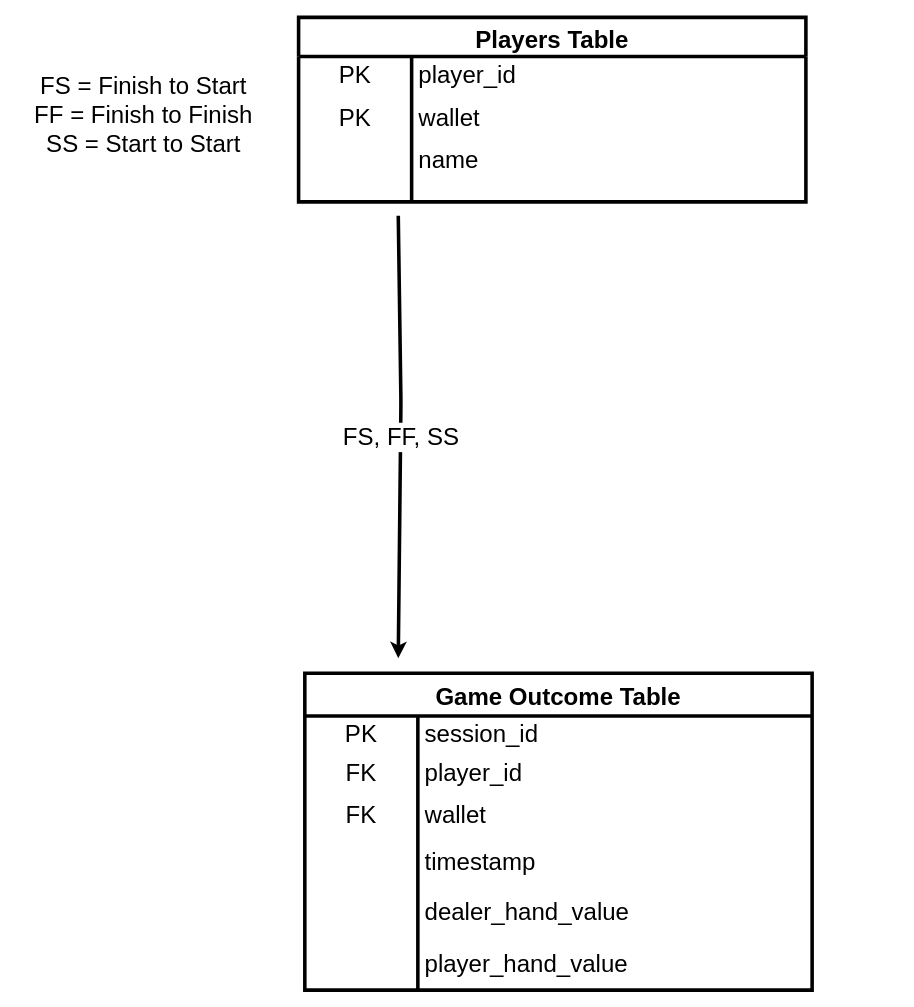
Before: planning/diagram.drawio in scmh001/p3-cli-project, a draw.io diagram. Source tidied: cells renumbered, new cells numbered last; positions are measured from the earlier drawing's top-left corner, leaving out a move shared by most shapes. Both pictures are drawn from the tidied source at 89%, with x=0, y=0 at pixel (15, 17).
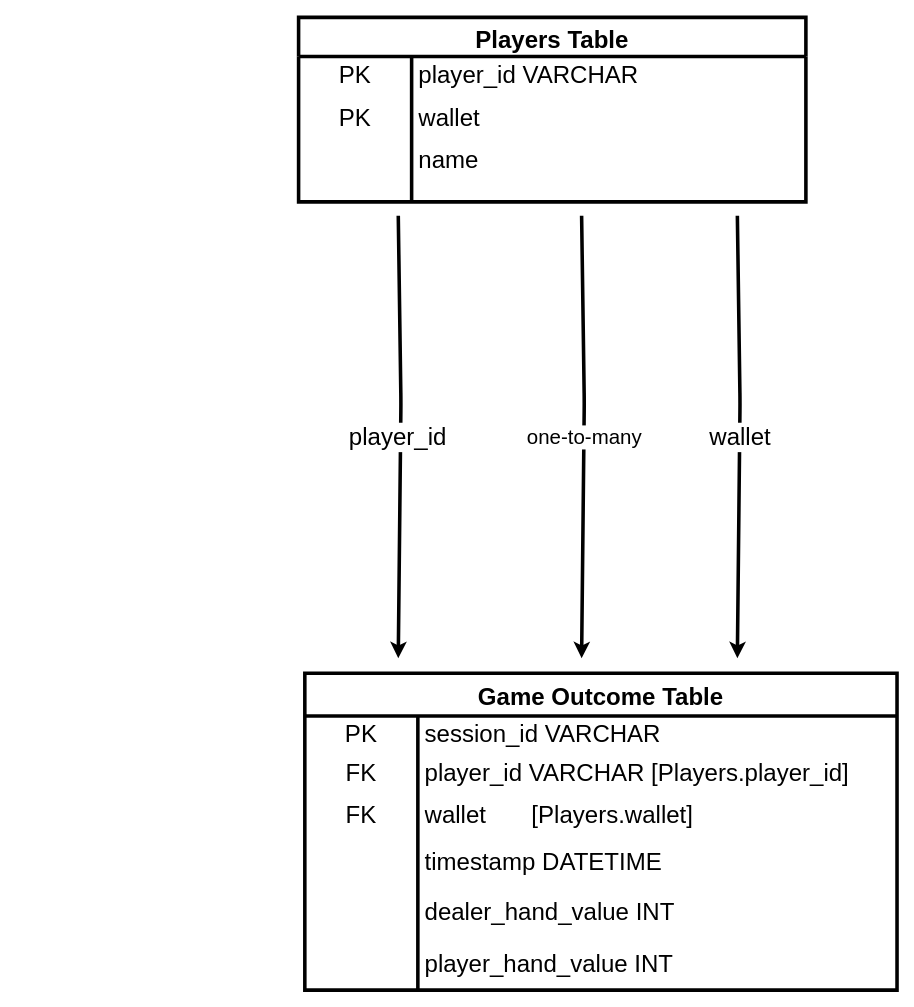
The same page after the edit.

The change refers to these unchanged cells:
```xml
<mxCell id="3" style="shape=tableRow;horizontal=0;startSize=0;swimlaneHead=0;swimlaneBody=0;top=0;left=0;bottom=0;right=0;fillColor=none;strokeWidth=4;fontSize=27;" parent="2" vertex="1">
  <mxGeometry y="44" width="570" height="41" as="geometry" />
</mxCell>
<mxCell id="6" style="shape=tableRow;horizontal=0;startSize=0;swimlaneHead=0;swimlaneBody=0;top=0;left=0;bottom=0;right=0;fillColor=none;strokeWidth=4;fontSize=27;" parent="2" vertex="1">
  <mxGeometry y="85" width="570" height="57" as="geometry" />
</mxCell>
<mxCell id="35" style="endArrow=classic;html=1;strokeWidth=4;fontSize=27;" parent="1" edge="1">
  <mxGeometry relative="1" as="geometry">
    <mxPoint x="430" y="223" as="sourcePoint" />
    <mxPoint x="430" y="720" as="targetPoint" />
    <Array as="points">
      <mxPoint x="433" y="432" />
    </Array>
  </mxGeometry>
</mxCell>
```

Change to the diagram source:
```diff
@@
-    <mxCell id="5" value="player_id" style="shape=partialRectangle;html=1;whiteSpace=wrap;fillColor=none;top=0;left=0;bottom=0;right=0;align=left;spacingLeft=6;overflow=hidden;strokeWidth=4;fontSize=27;" parent="3" vertex="1">
+    <mxCell id="5" value="player_id VARCHAR" style="shape=partialRectangle;html=1;whiteSpace=wrap;fillColor=none;top=0;left=0;bottom=0;right=0;align=left;spacingLeft=6;overflow=hidden;strokeWidth=4;fontSize=27;" parent="3" vertex="1">
       <mxGeometry x="127" width="443" height="41" as="geometry" />
     </mxCell>
@@
-    <mxCell id="8" value="wallet" style="shape=partialRectangle;html=1;whiteSpace=wrap;fillColor=none;top=0;left=0;bottom=0;right=0;align=left;spacingLeft=6;overflow=hidden;strokeWidth=4;fontSize=27;" parent="6" vertex="1">
+    <mxCell id="8" value="wallet&amp;nbsp;" style="shape=partialRectangle;html=1;whiteSpace=wrap;fillColor=none;top=0;left=0;bottom=0;right=0;align=left;spacingLeft=6;overflow=hidden;strokeWidth=4;fontSize=27;" parent="6" vertex="1">
       <mxGeometry x="127" width="443" height="57" as="geometry" />
     </mxCell>
@@
     <mxCell id="15" value="Game Outcome Table" style="shape=table;startSize=48;childLayout=tableLayout;rowLines=0;fontStyle=1;strokeWidth=4;fontSize=27;" parent="1" vertex="1">
-      <mxGeometry x="325" y="737" width="570" height="356" as="geometry" />
+      <mxGeometry x="325" y="737" width="665.4" height="356" as="geometry" />
     </mxCell>
     <mxCell id="16" style="shape=tableRow;horizontal=0;startSize=0;swimlaneHead=0;swimlaneBody=0;top=0;left=0;bottom=0;right=0;fillColor=none;strokeWidth=4;fontSize=27;" parent="15" vertex="1">
-      <mxGeometry y="48" width="570" height="41" as="geometry" />
+      <mxGeometry y="48" width="665.4" height="41" as="geometry" />
     </mxCell>
@@
-    <mxCell id="18" value="session_id" style="shape=partialRectangle;html=1;whiteSpace=wrap;fillColor=none;top=0;left=0;bottom=0;right=0;align=left;spacingLeft=6;overflow=hidden;strokeWidth=4;fontSize=27;" parent="16" vertex="1">
-      <mxGeometry x="127" width="443" height="41" as="geometry" />
+    <mxCell id="18" value="session_id VARCHAR" style="shape=partialRectangle;html=1;whiteSpace=wrap;fillColor=none;top=0;left=0;bottom=0;right=0;align=left;spacingLeft=6;overflow=hidden;strokeWidth=4;fontSize=27;" parent="16" vertex="1">
+      <mxGeometry x="127" width="538" height="41" as="geometry" />
     </mxCell>
     <mxCell id="19" style="shape=tableRow;horizontal=0;startSize=0;swimlaneHead=0;swimlaneBody=0;top=0;left=0;bottom=0;right=0;fillColor=none;strokeWidth=4;fontSize=27;" parent="15" vertex="1">
-      <mxGeometry y="89" width="570" height="47" as="geometry" />
+      <mxGeometry y="89" width="665.4" height="47" as="geometry" />
     </mxCell>
@@
-    <mxCell id="21" value="player_id" style="shape=partialRectangle;html=1;whiteSpace=wrap;fillColor=none;top=0;left=0;bottom=0;right=0;align=left;spacingLeft=6;overflow=hidden;strokeWidth=4;fontSize=27;" parent="19" vertex="1">
-      <mxGeometry x="127" width="443" height="47" as="geometry" />
+    <mxCell id="21" value="player_id VARCHAR [Players.player_id]" style="shape=partialRectangle;html=1;whiteSpace=wrap;fillColor=none;top=0;left=0;bottom=0;right=0;align=left;spacingLeft=6;overflow=hidden;strokeWidth=4;fontSize=27;" parent="19" vertex="1">
+      <mxGeometry x="127" width="538" height="47" as="geometry" />
     </mxCell>
     <mxCell id="22" style="shape=tableRow;horizontal=0;startSize=0;swimlaneHead=0;swimlaneBody=0;top=0;left=0;bottom=0;right=0;fillColor=none;strokeWidth=4;fontSize=27;" parent="15" vertex="1">
-      <mxGeometry y="136" width="570" height="48" as="geometry" />
+      <mxGeometry y="136" width="665.4" height="48" as="geometry" />
     </mxCell>
@@
-    <mxCell id="24" value="wallet" style="shape=partialRectangle;html=1;whiteSpace=wrap;fillColor=none;top=0;left=0;bottom=0;right=0;align=left;spacingLeft=6;overflow=hidden;strokeWidth=4;fontSize=27;" parent="22" vertex="1">
-      <mxGeometry x="127" width="443" height="48" as="geometry" />
+    <mxCell id="24" value="wallet&amp;nbsp;&amp;nbsp;&lt;span style=&quot;white-space: pre;&quot;&gt;&#9;&lt;/span&gt;[Players.wallet]" style="shape=partialRectangle;html=1;whiteSpace=wrap;fillColor=none;top=0;left=0;bottom=0;right=0;align=left;spacingLeft=6;overflow=hidden;strokeWidth=4;fontSize=27;" parent="22" vertex="1">
+      <mxGeometry x="127" width="538" height="48" as="geometry" />
     </mxCell>
     <mxCell id="25" style="shape=tableRow;horizontal=0;startSize=0;swimlaneHead=0;swimlaneBody=0;top=0;left=0;bottom=0;right=0;fillColor=none;strokeWidth=4;fontSize=27;" parent="15" vertex="1">
-      <mxGeometry y="184" width="570" height="56" as="geometry" />
+      <mxGeometry y="184" width="665.4" height="56" as="geometry" />
     </mxCell>
@@
-    <mxCell id="27" value="timestamp" style="shape=partialRectangle;html=1;whiteSpace=wrap;fillColor=none;top=0;left=0;bottom=0;right=0;align=left;spacingLeft=6;overflow=hidden;strokeWidth=4;fontSize=27;" parent="25" vertex="1">
-      <mxGeometry x="127" width="443" height="56" as="geometry" />
+    <mxCell id="27" value="timestamp DATETIME" style="shape=partialRectangle;html=1;whiteSpace=wrap;fillColor=none;top=0;left=0;bottom=0;right=0;align=left;spacingLeft=6;overflow=hidden;strokeWidth=4;fontSize=27;" parent="25" vertex="1">
+      <mxGeometry x="127" width="538" height="56" as="geometry" />
     </mxCell>
     <mxCell id="28" style="shape=tableRow;horizontal=0;startSize=0;swimlaneHead=0;swimlaneBody=0;top=0;left=0;bottom=0;right=0;fillColor=none;strokeWidth=4;fontSize=27;" parent="15" vertex="1">
-      <mxGeometry y="240" width="570" height="58" as="geometry" />
+      <mxGeometry y="240" width="665.4" height="58" as="geometry" />
     </mxCell>
@@
-    <mxCell id="30" value="dealer_hand_value" style="shape=partialRectangle;html=1;whiteSpace=wrap;fillColor=none;top=0;left=0;bottom=0;right=0;align=left;spacingLeft=6;overflow=hidden;strokeWidth=4;fontSize=27;" parent="28" vertex="1">
-      <mxGeometry x="127" width="443" height="58" as="geometry" />
+    <mxCell id="30" value="dealer_hand_value INT" style="shape=partialRectangle;html=1;whiteSpace=wrap;fillColor=none;top=0;left=0;bottom=0;right=0;align=left;spacingLeft=6;overflow=hidden;strokeWidth=4;fontSize=27;" parent="28" vertex="1">
+      <mxGeometry x="127" width="538" height="58" as="geometry" />
     </mxCell>
     <mxCell id="31" style="shape=tableRow;horizontal=0;startSize=0;swimlaneHead=0;swimlaneBody=0;top=0;left=0;bottom=0;right=0;fillColor=none;strokeWidth=4;fontSize=27;" parent="15" vertex="1">
-      <mxGeometry y="298" width="570" height="58" as="geometry" />
+      <mxGeometry y="298" width="665.4" height="58" as="geometry" />
     </mxCell>
@@
-    <mxCell id="33" value="player_hand_value" style="shape=partialRectangle;html=1;whiteSpace=wrap;fillColor=none;top=0;left=0;bottom=0;right=0;align=left;spacingLeft=6;overflow=hidden;strokeWidth=4;fontSize=27;" parent="31" vertex="1">
-      <mxGeometry x="127" width="443" height="58" as="geometry" />
+    <mxCell id="33" value="player_hand_value INT" style="shape=partialRectangle;html=1;whiteSpace=wrap;fillColor=none;top=0;left=0;bottom=0;right=0;align=left;spacingLeft=6;overflow=hidden;strokeWidth=4;fontSize=27;" parent="31" vertex="1">
+      <mxGeometry x="127" width="538" height="58" as="geometry" />
     </mxCell>
-    <mxCell id="34" value="FS = Finish to Start&lt;br&gt;FF = Finish to Finish&lt;br&gt;SS = Start to Start" style="text;html=1;strokeColor=none;fillColor=none;align=center;verticalAlign=middle;whiteSpace=wrap;rounded=0;strokeWidth=4;fontSize=27;" parent="1" vertex="1">
-      <mxGeometry y="63" width="288" height="93" as="geometry" />
-    </mxCell>
@@
-    <mxCell id="36" value="FS, FF, SS" style="edgeLabel;html=1;align=center;verticalAlign=middle;strokeWidth=4;fontSize=27;" parent="35" vertex="1">
+    <mxCell id="36" value="player_id&amp;nbsp;" style="edgeLabel;html=1;align=center;verticalAlign=middle;strokeWidth=4;fontSize=27;" parent="35" vertex="1">
       <mxGeometry relative="1" as="geometry" />
     </mxCell>
+    <mxCell id="37" style="endArrow=classic;html=1;strokeWidth=4;fontSize=27;" parent="1" edge="1">
+      <mxGeometry relative="1" as="geometry">
+        <mxPoint x="636" y="223" as="sourcePoint" />
+        <mxPoint x="636" y="720" as="targetPoint" />
+        <Array as="points">
+          <mxPoint x="639" y="432" />
+        </Array>
+      </mxGeometry>
+    </mxCell>
+    <mxCell id="38" value="&lt;font style=&quot;font-size: 23px;&quot;&gt;one-to-many&lt;/font&gt;" style="edgeLabel;html=1;align=center;verticalAlign=middle;" parent="37" vertex="1">
+      <mxGeometry relative="1" as="geometry" />
+    </mxCell>
+    <mxCell id="39" style="endArrow=classic;html=1;strokeWidth=4;fontSize=27;" parent="1" edge="1">
+      <mxGeometry relative="1" as="geometry">
+        <mxPoint x="811" y="223" as="sourcePoint" />
+        <mxPoint x="811" y="720" as="targetPoint" />
+        <Array as="points">
+          <mxPoint x="814" y="432" />
+        </Array>
+      </mxGeometry>
+    </mxCell>
+    <mxCell id="40" value="wallet" style="edgeLabel;html=1;align=center;verticalAlign=middle;strokeWidth=4;fontSize=27;" parent="39" vertex="1">
+      <mxGeometry relative="1" as="geometry" />
+    </mxCell>
```
